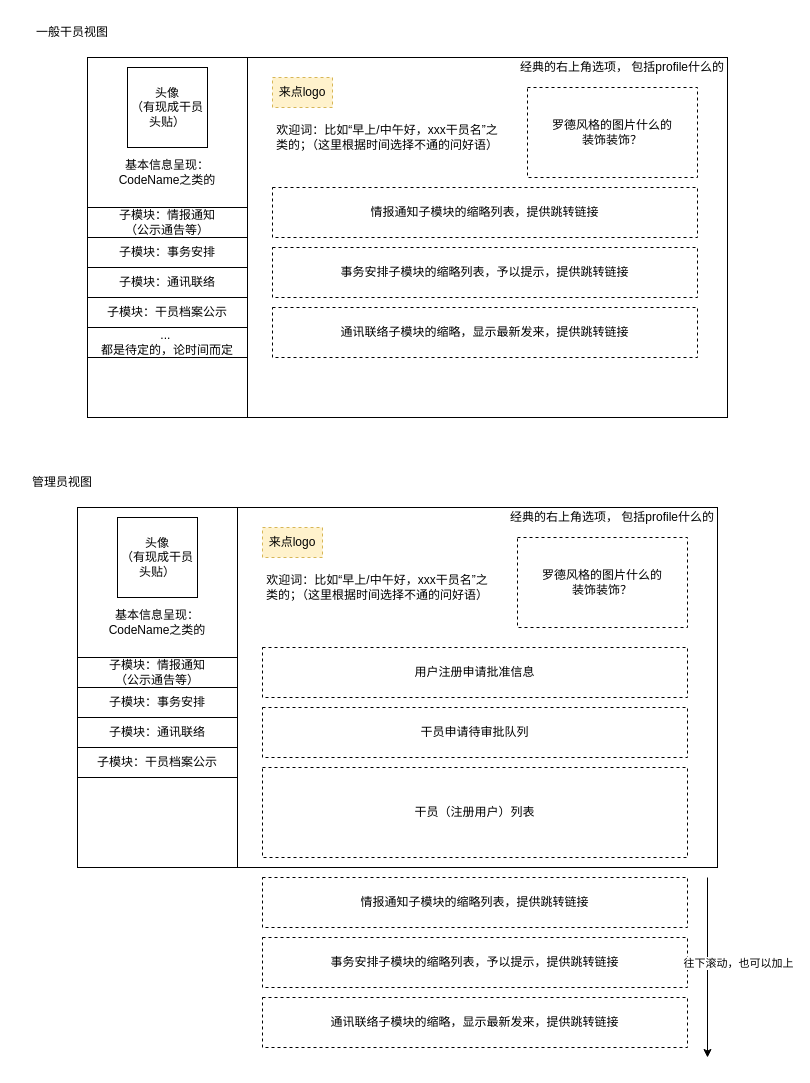
The draw.io diagram page "主页面视图" (1 of 2) of document/登陆后主页面.drawio in Xlucidator/BUAA-DB-Project, before the edit. Source tidied: cells renumbered, new cells numbered last; positions are measured from the earlier drawing's top-left corner, leaving out a move shared by most shapes. Both pictures are drawn from the tidied source at 100%, with x=0, y=0 at pixel (17, 17).
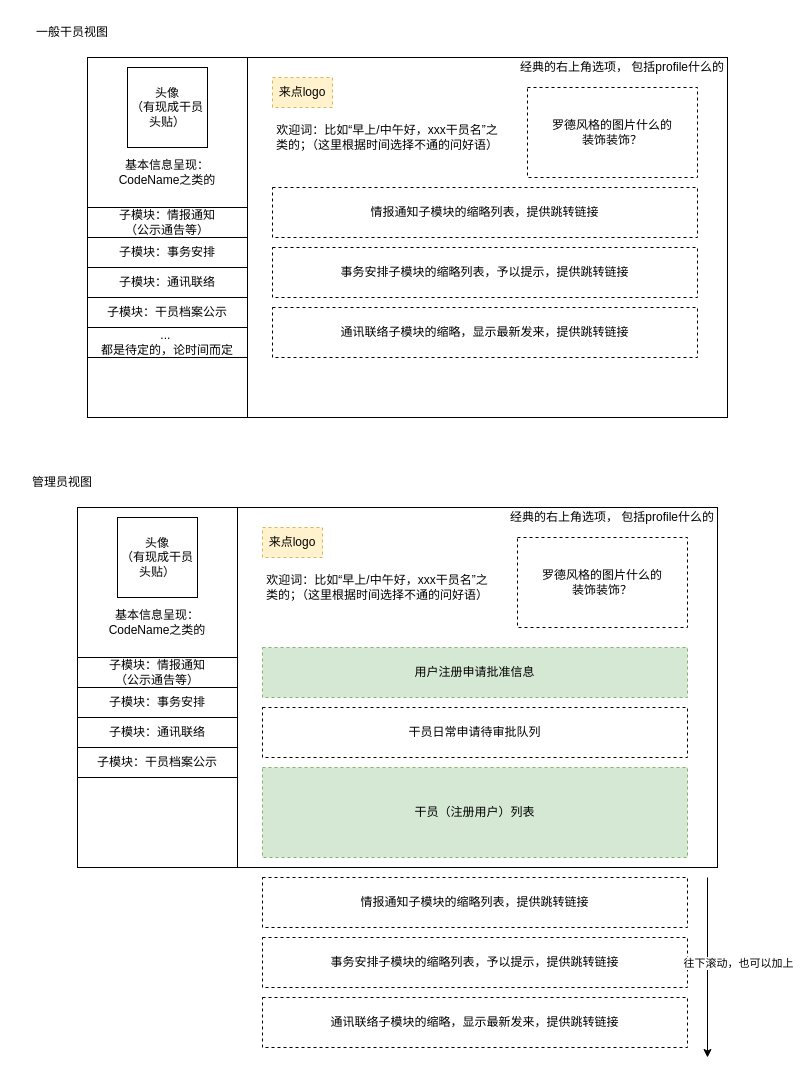
The same page after the edit.

Diff of the diagram source:
```diff
@@
-    <mxCell id="34" value="用户注册申请批准信息" style="rounded=0;whiteSpace=wrap;html=1;dashed=1;" parent="1" vertex="1">
+    <mxCell id="34" value="用户注册申请批准信息" style="rounded=0;whiteSpace=wrap;html=1;dashed=1;fillColor=#d5e8d4;strokeColor=#82b366;" parent="1" vertex="1">
       <mxGeometry x="245" y="630" width="425" height="50" as="geometry" />
     </mxCell>
-    <mxCell id="35" value="干员申请待审批队列" style="rounded=0;whiteSpace=wrap;html=1;dashed=1;" parent="1" vertex="1">
+    <mxCell id="35" value="干员日常申请待审批队列" style="rounded=0;whiteSpace=wrap;html=1;dashed=1;" parent="1" vertex="1">
       <mxGeometry x="245" y="690" width="425" height="50" as="geometry" />
     </mxCell>
-    <mxCell id="36" value="干员（注册用户）列表" style="rounded=0;whiteSpace=wrap;html=1;dashed=1;" parent="1" vertex="1">
+    <mxCell id="36" value="干员（注册用户）列表" style="rounded=0;whiteSpace=wrap;html=1;dashed=1;fillColor=#d5e8d4;strokeColor=#82b366;" parent="1" vertex="1">
       <mxGeometry x="245" y="750" width="425" height="90" as="geometry" />
     </mxCell>
```
